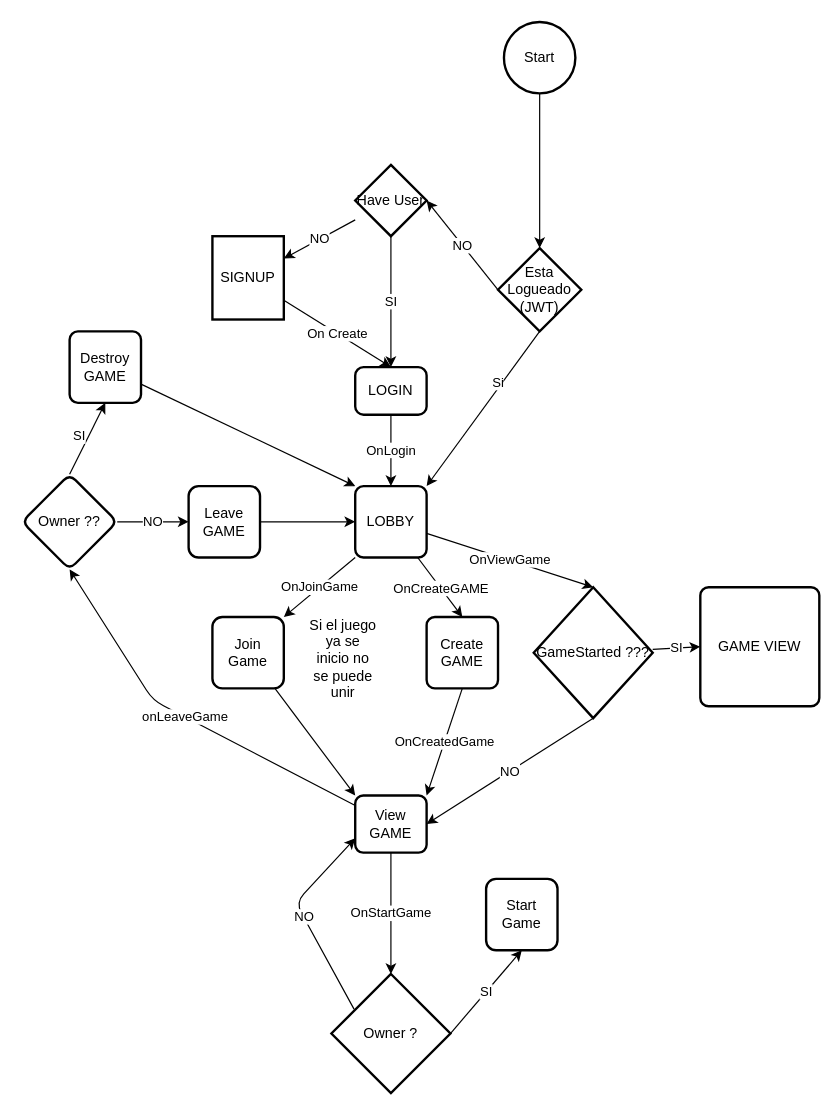
The draw.io diagram prueba.drawio in Jobao/TacticWebBackend, before the edit. Source tidied: cells renumbered, new cells numbered last; positions are measured from the earlier drawing's top-left corner, leaving out a move shared by most shapes. Both pictures are drawn from the tidied source at 119%, with x=0, y=0 at pixel (21, 21).
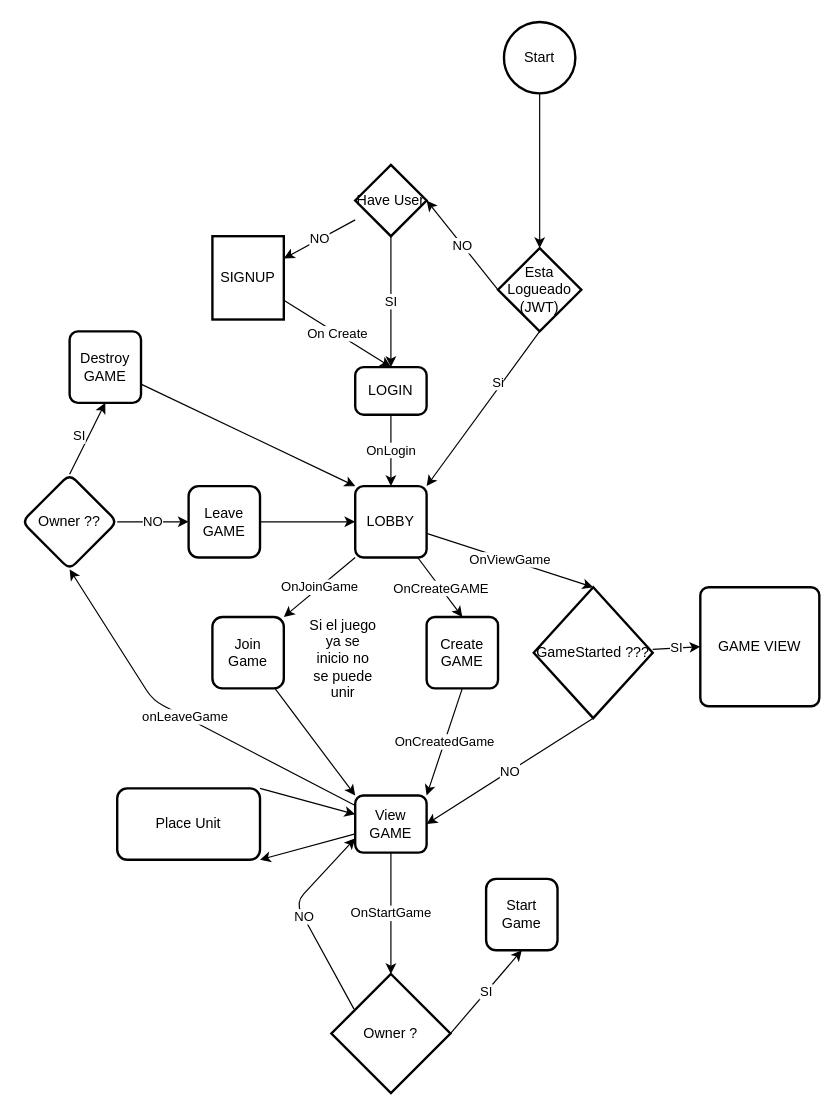
The same diagram, later.

The change refers to these unchanged cells:
```xml
<mxCell id="21" value="View GAME" style="whiteSpace=wrap;html=1;rounded=1;arcSize=14;strokeWidth=2;" parent="1" vertex="1">
  <mxGeometry x="280" y="650" width="60" height="48" as="geometry" />
</mxCell>
```

Diff of the diagram source:
```diff
@@
+    <mxCell id="42" style="edgeStyle=none;html=1;entryX=1;entryY=1;entryDx=0;entryDy=0;" parent="1" edge="1" source="21" target="44">
+      <mxGeometry relative="1" as="geometry" />
+    </mxCell>
@@
+    <mxCell id="43" style="edgeStyle=none;html=1;exitX=1;exitY=0;exitDx=0;exitDy=0;" parent="1" edge="1" source="44" target="21">
+      <mxGeometry relative="1" as="geometry" />
+    </mxCell>
+    <mxCell id="44" value="Place Unit" style="whiteSpace=wrap;html=1;rounded=1;arcSize=14;strokeWidth=2;" parent="1" vertex="1">
+      <mxGeometry x="80" y="644" width="120" height="60" as="geometry" />
+    </mxCell>
```
